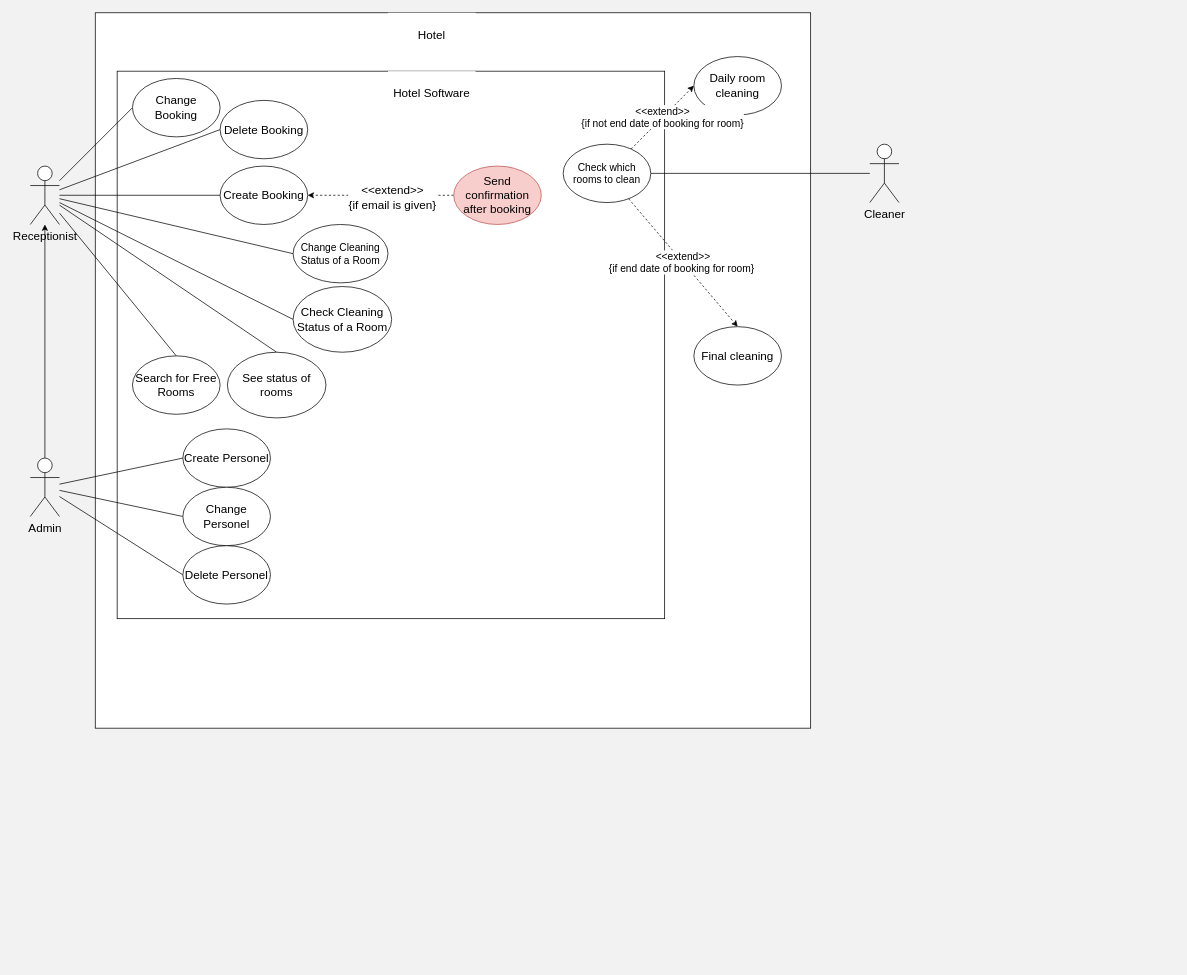
Above: use_case_diagram.drawio in N4ims/hotel-system (draw.io), before the change. Source tidied: cells renumbered, new cells numbered last; positions are measured from the earlier drawing's top-left corner, leaving out a move shared by most shapes. Both pictures are drawn from the tidied source at 73%, with x=0, y=0 at pixel (30, 12).
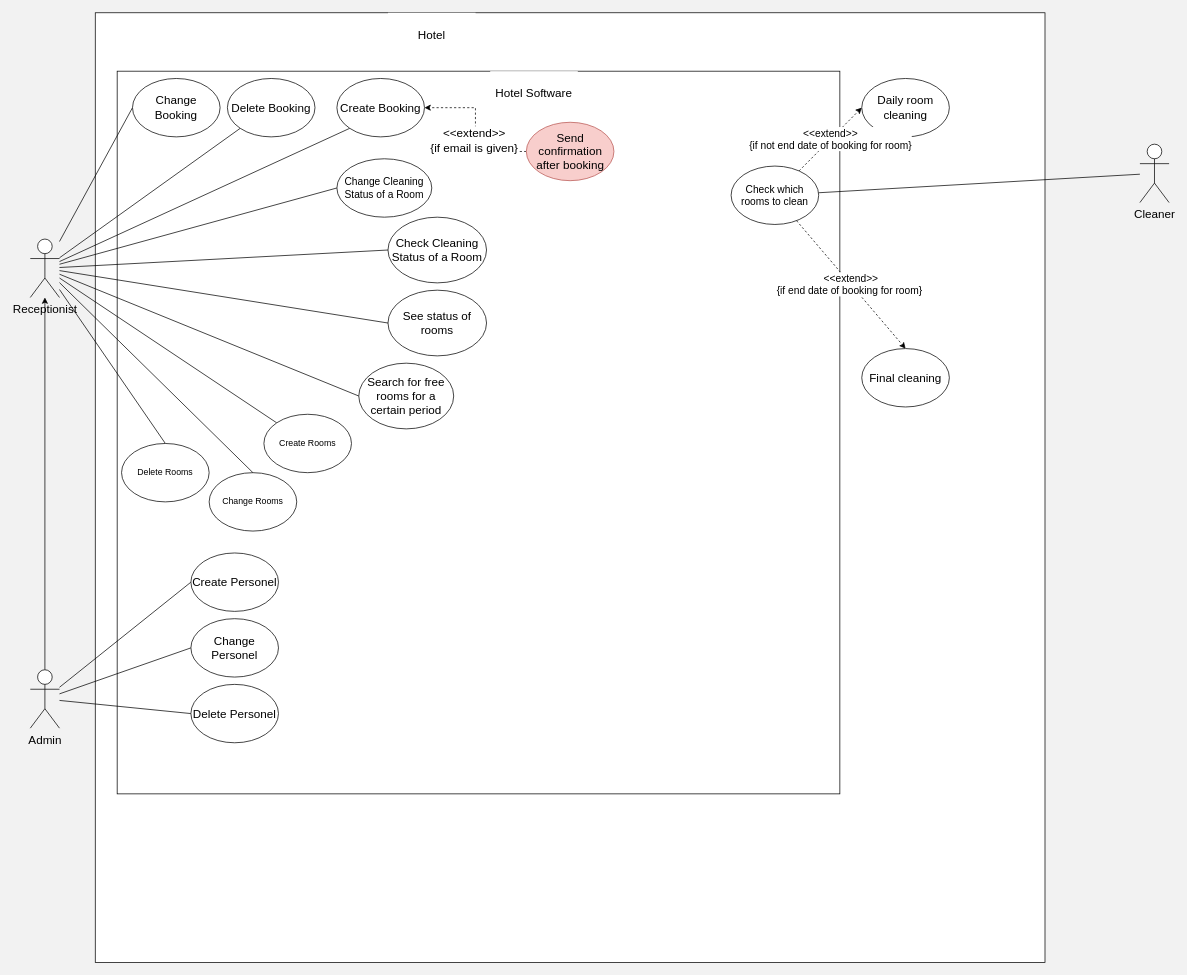
The same diagram, later.

What changed in the source:
```diff
@@
     <mxCell id="2" style="whiteSpace=wrap;html=1;fontSize=16;" parent="1" vertex="1">
-      <mxGeometry x="89" width="980" height="980" as="geometry" />
+      <mxGeometry x="89" width="1301" height="1301" as="geometry" />
     </mxCell>
     <mxCell id="3" style="whiteSpace=wrap;html=1;align=center;flipV=1;flipH=1;" parent="1" vertex="1">
-      <mxGeometry x="119" y="80" width="750" height="750" as="geometry" />
+      <mxGeometry x="119" y="80" width="990" height="990" as="geometry" />
     </mxCell>
     <mxCell id="4" value="&lt;font style=&quot;font-size: 16px&quot;&gt;Hotel Software&lt;/font&gt;" style="rounded=0;whiteSpace=wrap;html=1;fillColor=default;strokeColor=none;" parent="1" vertex="1">
-      <mxGeometry x="490" y="80" width="120" height="60" as="geometry" />
+      <mxGeometry x="630" y="80" width="120" height="60" as="geometry" />
     </mxCell>
@@
     <mxCell id="9" value="Admin" style="shape=umlActor;verticalLabelPosition=bottom;verticalAlign=top;html=1;outlineConnect=0;fontSize=16;" parent="1" vertex="1">
-      <mxGeometry y="610" width="40" height="80" as="geometry" />
+      <mxGeometry y="900" width="40" height="80" as="geometry" />
     </mxCell>
@@
-    <mxCell id="11" style="edgeStyle=none;rounded=0;jettySize=auto;html=1;entryX=0;entryY=0.5;entryDx=0;entryDy=0;fontSize=16;endArrow=none;endFill=0;" parent="1" edge="1" source="17" target="18">
+    <mxCell id="11" style="edgeStyle=none;rounded=0;jettySize=auto;html=1;entryX=0;entryY=1;entryDx=0;entryDy=0;fontSize=16;endArrow=none;endFill=0;" parent="1" edge="1" source="17" target="18">
       <mxGeometry relative="1" as="geometry" />
     </mxCell>
-    <mxCell id="12" style="edgeStyle=none;rounded=0;jettySize=auto;html=1;entryX=0;entryY=0.5;entryDx=0;entryDy=0;fontSize=16;endArrow=none;endFill=0;" parent="1" edge="1" source="17" target="20">
+    <mxCell id="12" style="edgeStyle=none;rounded=0;jettySize=auto;html=1;entryX=0;entryY=1;entryDx=0;entryDy=0;fontSize=16;endArrow=none;endFill=0;" parent="1" edge="1" source="17" target="20">
       <mxGeometry relative="1" as="geometry" />
     </mxCell>
@@
-    <mxCell id="14" style="edgeStyle=none;rounded=0;jettySize=auto;html=1;entryX=0.5;entryY=0;entryDx=0;entryDy=0;fontSize=16;endArrow=none;endFill=0;" parent="1" edge="1" source="17" target="25">
+    <mxCell id="14" style="edgeStyle=none;rounded=0;jettySize=auto;html=1;entryX=0;entryY=0.5;entryDx=0;entryDy=0;fontSize=16;endArrow=none;endFill=0;" parent="1" edge="1" source="17" target="25">
       <mxGeometry relative="1" as="geometry" />
     </mxCell>
-    <mxCell id="15" style="edgeStyle=none;rounded=0;jettySize=auto;html=1;entryX=0.5;entryY=0;entryDx=0;entryDy=0;fontSize=16;endArrow=none;endFill=0;" parent="1" edge="1" source="17" target="34">
+    <mxCell id="15" style="edgeStyle=none;rounded=0;jettySize=auto;html=1;entryX=0;entryY=0.5;entryDx=0;entryDy=0;fontSize=16;endArrow=none;endFill=0;" parent="1" edge="1" source="17" target="34">
       <mxGeometry relative="1" as="geometry" />
     </mxCell>
@@
+    <mxCell id="39" style="rounded=0;jettySize=auto;html=1;entryX=0.5;entryY=0;entryDx=0;entryDy=0;endArrow=none;endFill=0;" parent="1" edge="1" source="17" target="44">
+      <mxGeometry relative="1" as="geometry" />
+    </mxCell>
+    <mxCell id="40" style="rounded=0;jettySize=auto;html=1;entryX=0;entryY=0;entryDx=0;entryDy=0;endArrow=none;endFill=0;" parent="1" edge="1" source="17" target="43">
+      <mxGeometry relative="1" as="geometry" />
+    </mxCell>
+    <mxCell id="41" style="rounded=0;jettySize=auto;html=1;endArrow=none;endFill=0;entryX=0.5;entryY=0;entryDx=0;entryDy=0;" parent="1" edge="1" source="17" target="42">
+      <mxGeometry relative="1" as="geometry" />
+    </mxCell>
     <mxCell id="17" value="Receptionist" style="shape=umlActor;verticalLabelPosition=bottom;verticalAlign=top;html=1;outlineConnect=0;fontSize=16;" parent="1" vertex="1">
-      <mxGeometry y="210" width="40" height="80" as="geometry" />
+      <mxGeometry y="310" width="40" height="80" as="geometry" />
     </mxCell>
     <mxCell id="18" value="Create Booking" style="ellipse;whiteSpace=wrap;html=1;fontSize=16;" parent="1" vertex="1">
-      <mxGeometry x="260" y="210" width="120" height="80" as="geometry" />
+      <mxGeometry x="420" y="90" width="120" height="80" as="geometry" />
     </mxCell>
@@
     <mxCell id="20" value="Delete Booking" style="ellipse;whiteSpace=wrap;html=1;fontSize=16;" parent="1" vertex="1">
-      <mxGeometry x="260" y="120" width="120" height="80" as="geometry" />
+      <mxGeometry x="270" y="90" width="120" height="80" as="geometry" />
     </mxCell>
     <mxCell id="21" value="Check Cleaning Status of a Room" style="ellipse;whiteSpace=wrap;html=1;fontSize=16;" parent="1" vertex="1">
-      <mxGeometry x="360" y="375" width="135" height="90" as="geometry" />
+      <mxGeometry x="490" y="280" width="135" height="90" as="geometry" />
     </mxCell>
     <mxCell id="22" value="Create Personel" style="ellipse;whiteSpace=wrap;html=1;fontSize=16;" parent="1" vertex="1">
-      <mxGeometry x="209" y="570" width="120" height="80" as="geometry" />
+      <mxGeometry x="220" y="740" width="120" height="80" as="geometry" />
     </mxCell>
     <mxCell id="23" value="Change Personel" style="ellipse;whiteSpace=wrap;html=1;fontSize=16;" parent="1" vertex="1">
-      <mxGeometry x="209" y="650" width="120" height="80" as="geometry" />
+      <mxGeometry x="220" y="830" width="120" height="80" as="geometry" />
     </mxCell>
     <mxCell id="24" value="Delete Personel" style="ellipse;whiteSpace=wrap;html=1;fontSize=16;" parent="1" vertex="1">
-      <mxGeometry x="209" y="730" width="120" height="80" as="geometry" />
+      <mxGeometry x="220" y="920" width="120" height="80" as="geometry" />
     </mxCell>
-    <mxCell id="25" value="Search for Free Rooms" style="ellipse;whiteSpace=wrap;html=1;fontSize=16;" parent="1" vertex="1">
-      <mxGeometry x="140" y="470" width="120" height="80" as="geometry" />
+    <mxCell id="25" value="Search for free rooms for a certain period" style="ellipse;whiteSpace=wrap;html=1;fontSize=16;" parent="1" vertex="1">
+      <mxGeometry x="450" y="480" width="130" height="90" as="geometry" />
     </mxCell>
     <mxCell id="26" value="Daily room cleaning" style="ellipse;whiteSpace=wrap;html=1;fontSize=16;" parent="1" vertex="1">
-      <mxGeometry x="909" y="60" width="120" height="80" as="geometry" />
+      <mxGeometry x="1139" y="90" width="120" height="80" as="geometry" />
     </mxCell>
@@
     <mxCell id="29" value="Cleaner" style="shape=umlActor;verticalLabelPosition=bottom;verticalAlign=top;html=1;outlineConnect=0;fontSize=16;" parent="1" vertex="1">
-      <mxGeometry x="1150" y="180" width="40" height="80" as="geometry" />
+      <mxGeometry x="1520" y="180" width="40" height="80" as="geometry" />
     </mxCell>
     <mxCell id="30" value="Final cleaning" style="ellipse;whiteSpace=wrap;html=1;fontSize=16;" parent="1" vertex="1">
-      <mxGeometry x="909" y="430" width="120" height="80" as="geometry" />
+      <mxGeometry x="1139" y="460" width="120" height="80" as="geometry" />
     </mxCell>
@@
     <mxCell id="33" value="Send confirmation after booking" style="ellipse;whiteSpace=wrap;html=1;fontSize=16;color=pink;fillColor=#f8cecc;strokeColor=#b85450;" parent="1" vertex="1">
-      <mxGeometry x="580" y="210" width="120" height="80" as="geometry" />
+      <mxGeometry x="679.5" y="150" width="120" height="80" as="geometry" />
     </mxCell>
     <mxCell id="34" value="See status of rooms" style="ellipse;whiteSpace=wrap;html=1;fontSize=16;" parent="1" vertex="1">
-      <mxGeometry x="270" y="465" width="135" height="90" as="geometry" />
+      <mxGeometry x="490" y="380" width="135" height="90" as="geometry" />
     </mxCell>
     <mxCell id="35" value="&lt;font style=&quot;font-size: 14px&quot;&gt;Change Cleaning Status of a Room&lt;/font&gt;" style="ellipse;whiteSpace=wrap;html=1;" parent="1" vertex="1">
-      <mxGeometry x="360" y="290" width="130" height="80" as="geometry" />
+      <mxGeometry x="420" y="200" width="130" height="80" as="geometry" />
     </mxCell>
@@
     <mxCell id="38" value="Check which rooms to clean" style="ellipse;whiteSpace=wrap;html=1;fontSize=14;" parent="1" vertex="1">
-      <mxGeometry x="730" y="180" width="120" height="80" as="geometry" />
+      <mxGeometry x="960" y="210" width="120" height="80" as="geometry" />
     </mxCell>
+    <mxCell id="42" value="Change Rooms" style="ellipse;whiteSpace=wrap;html=1;" parent="1" vertex="1">
+      <mxGeometry x="245" y="630" width="120" height="80" as="geometry" />
+    </mxCell>
+    <mxCell id="43" value="Create Rooms" style="ellipse;whiteSpace=wrap;html=1;" parent="1" vertex="1">
+      <mxGeometry x="320" y="550" width="120" height="80" as="geometry" />
+    </mxCell>
+    <mxCell id="44" value="Delete Rooms" style="ellipse;whiteSpace=wrap;html=1;" parent="1" vertex="1">
+      <mxGeometry x="125" y="590" width="120" height="80" as="geometry" />
+    </mxCell>
```
